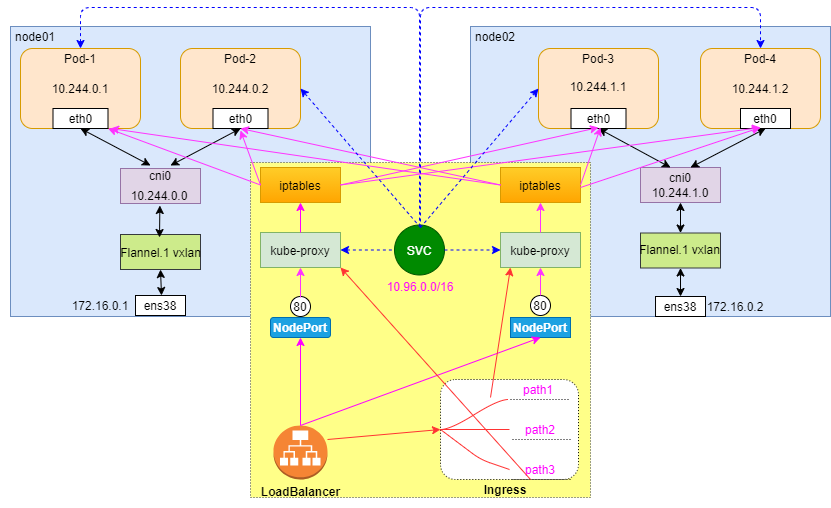
Above: kubernetes/k8s-network-layers.png in elihe2011/bedgraph (draw.io), before the change. Source tidied: cells renumbered, new cells last; positions are measured from the earlier drawing's top-left corner, leaving out a move shared by most shapes.
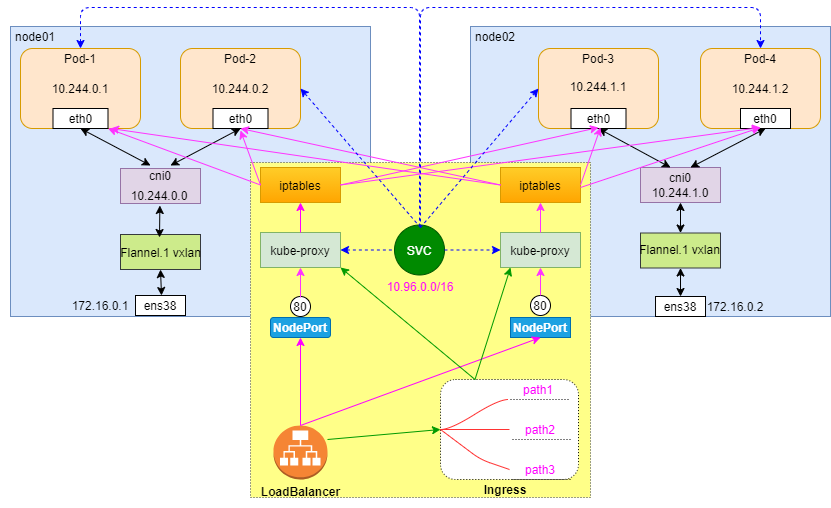
The same file after the commit.

What changed in the source:
```diff
@@ -285,20 +285,19 @@
     <mxCell id="82" value="&lt;b&gt;&lt;font color=&quot;#000000&quot;&gt;Ingress&lt;/font&gt;&lt;/b&gt;" style="text;html=1;strokeColor=none;fillColor=none;align=center;verticalAlign=middle;whiteSpace=wrap;rounded=0;dashed=1;dashPattern=1 2;fontColor=#FF00FF;" parent="1" vertex="1">
       <mxGeometry x="480" y="472" width="50" height="20" as="geometry" />
     </mxCell>
-    <mxCell id="83" style="endArrow=classic;html=1;fontColor=#FF00FF;strokeColor=#FF3333;" parent="1" edge="1">
+    <mxCell id="83" style="endArrow=classic;html=1;fontColor=#FF00FF;strokeColor=#009900;" parent="1" edge="1">
       <mxGeometry relative="1" as="geometry">
         <mxPoint x="327" y="432" as="sourcePoint" />
         <mxPoint x="440" y="422" as="targetPoint" />
       </mxGeometry>
     </mxCell>
-    <mxCell id="84" style="endArrow=classic;html=1;fontColor=#FF00FF;exitX=1;exitY=0;exitDx=0;exitDy=0;strokeColor=#FF3333;" parent="1" edge="1" source="82">
+    <mxCell id="84" style="endArrow=classic;html=1;fontColor=#FF00FF;exitX=0.25;exitY=0;exitDx=0;exitDy=0;strokeColor=#009900;" parent="1" edge="1" source="75">
       <mxGeometry relative="1" as="geometry">
         <mxPoint x="340" y="260" as="targetPoint" />
       </mxGeometry>
     </mxCell>
-    <mxCell id="85" style="endArrow=classic;html=1;fontColor=#FF00FF;strokeColor=#FF3333;" parent="1" edge="1">
+    <mxCell id="85" style="endArrow=classic;html=1;fontColor=#FF00FF;exitX=0.25;exitY=0;exitDx=0;exitDy=0;strokeColor=#009900;" parent="1" edge="1" source="75">
       <mxGeometry relative="1" as="geometry">
-        <mxPoint x="490" y="390" as="sourcePoint" />
         <mxPoint x="510" y="260" as="targetPoint" />
       </mxGeometry>
     </mxCell>
```
